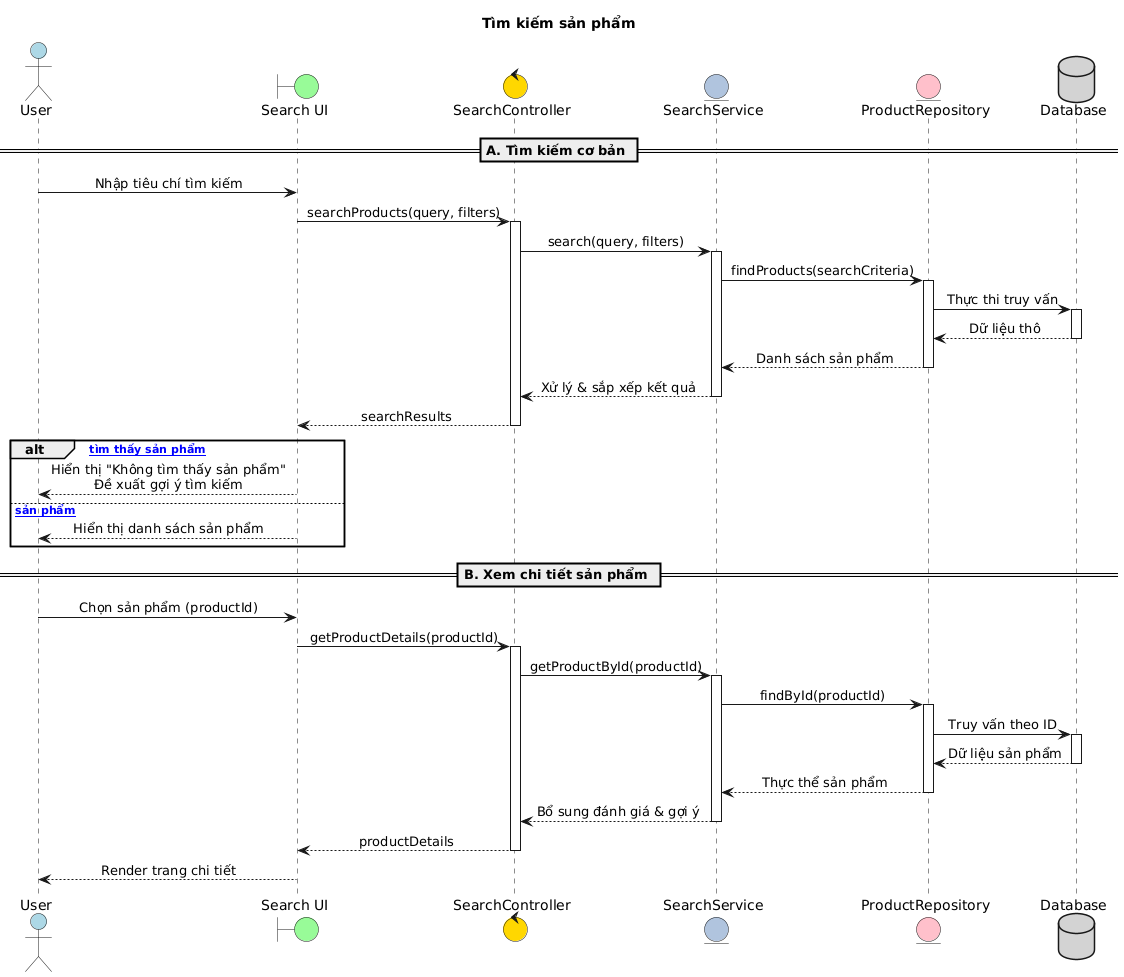
This is sequence/sequence_final/buy_search_final.png from hungtran3011/SAD-uml, a PlantUML export, as it was before one commit.
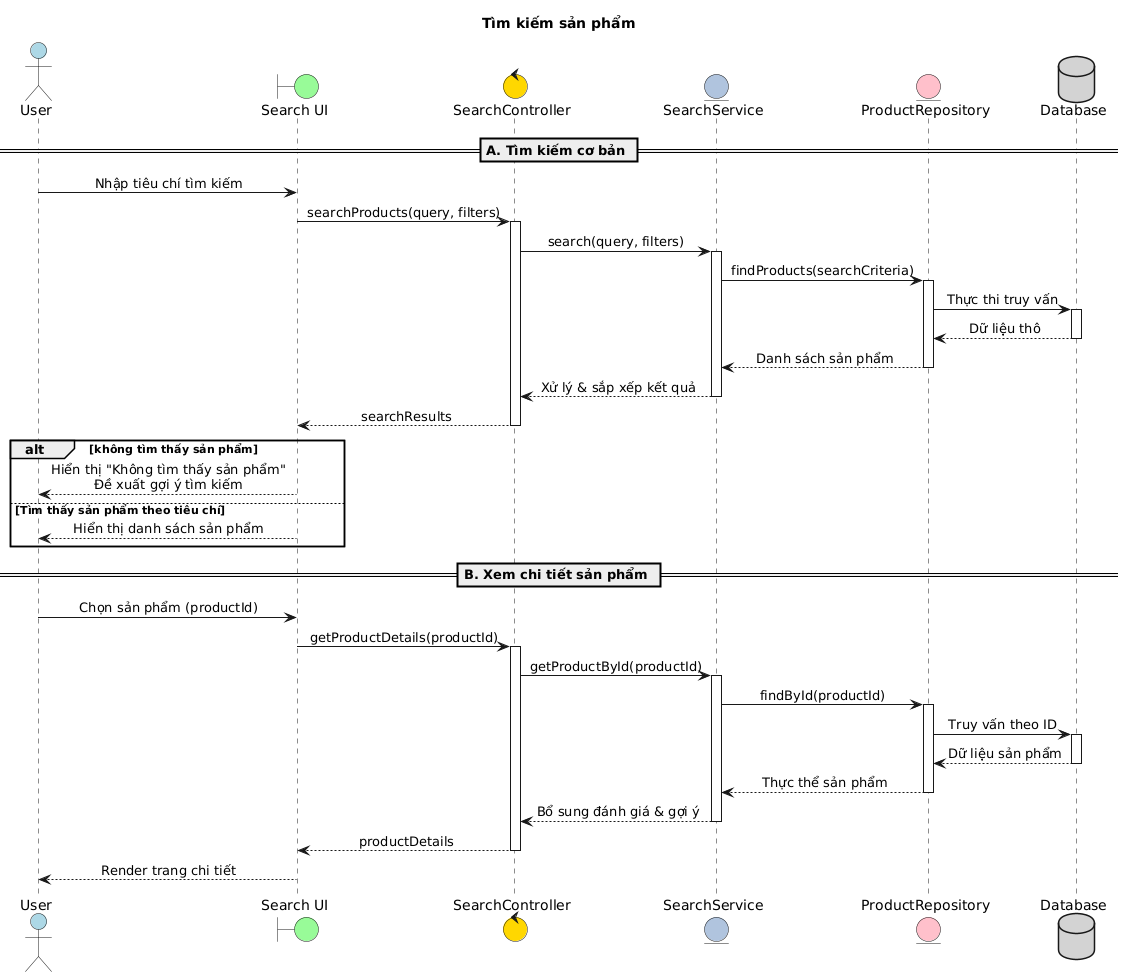
Later version of the same file.

The edit, as a diff of the source:
```diff
@@ -32,9 +32,9 @@
 Controller --> UI : searchResults
 deactivate Controller
 
-alt [Không tìm thấy sản phẩm]
+alt không tìm thấy sản phẩm
     UI --> User : Hiển thị "Không tìm thấy sản phẩm"\nĐề xuất gợi ý tìm kiếm
-else [Có sản phẩm]
+else Tìm thấy sản phẩm theo tiêu chí
     UI --> User : Hiển thị danh sách sản phẩm
 end
 
```
